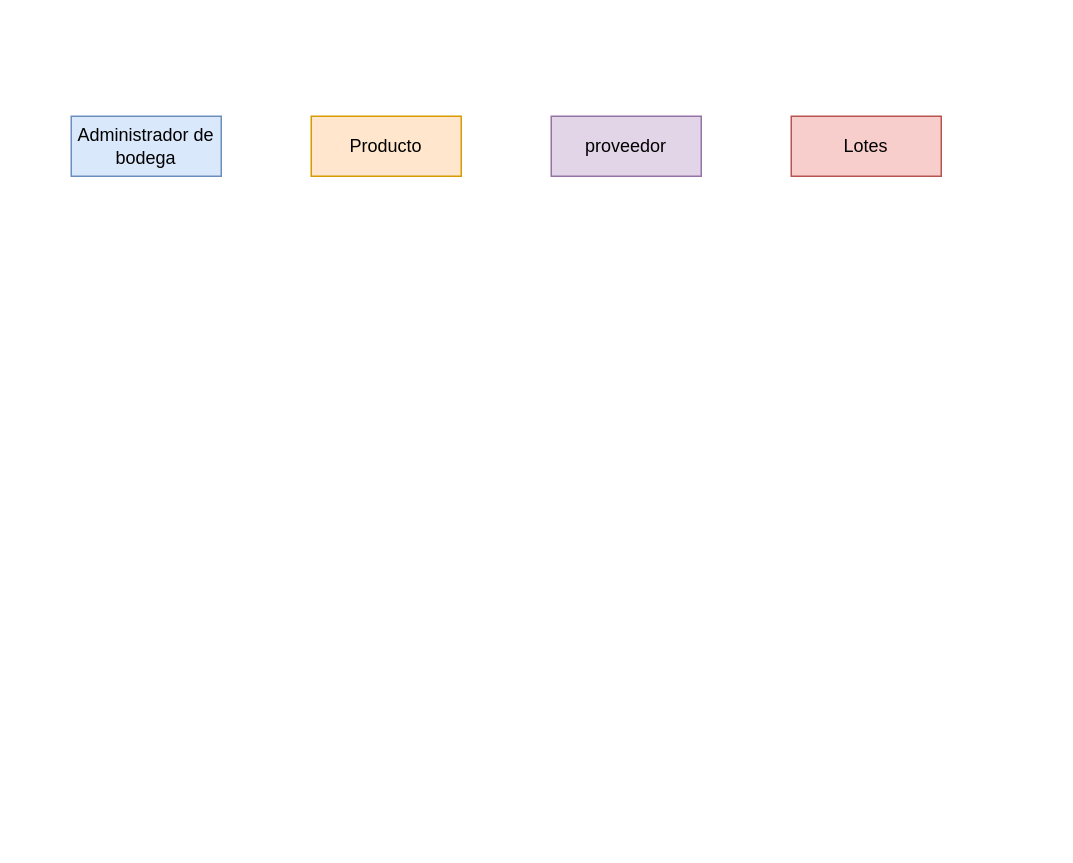
Above: Diagrama sin título.drawio in JotaMont/Evaluacion-2-Front-End (draw.io), before the change. Source tidied: cells renumbered, new cells numbered last; positions are measured from the earlier drawing's top-left corner, leaving out a move shared by most shapes. Both pictures are drawn from the tidied source at 150%, with x=0, y=0 at pixel (70, 116).
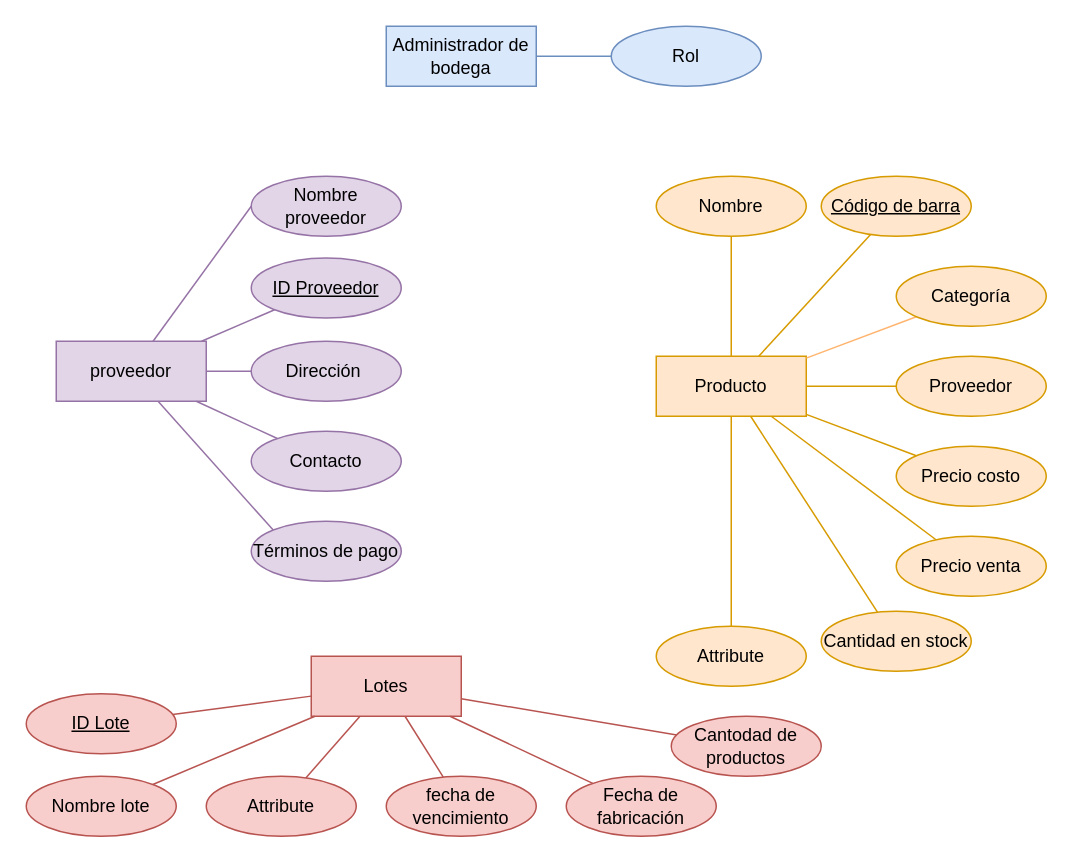
The same diagram, later.

Commit message:
mer avanzado

Diff of the diagram source:
```diff
@@
     <mxCell id="2" value="Administrador de bodega" style="whiteSpace=wrap;html=1;align=center;fillColor=#dae8fc;strokeColor=#6c8ebf;" parent="1" vertex="1">
-      <mxGeometry width="100" height="40" as="geometry" />
+      <mxGeometry x="210" y="-60" width="100" height="40" as="geometry" />
     </mxCell>
     <mxCell id="3" value="proveedor" style="whiteSpace=wrap;html=1;align=center;fillColor=#e1d5e7;strokeColor=#9673a6;" parent="1" vertex="1">
-      <mxGeometry x="320" width="100" height="40" as="geometry" />
+      <mxGeometry x="-10" y="150" width="100" height="40" as="geometry" />
     </mxCell>
     <mxCell id="4" value="Producto" style="whiteSpace=wrap;html=1;align=center;fillColor=#ffe6cc;strokeColor=#d79b00;" parent="1" vertex="1">
-      <mxGeometry x="160" width="100" height="40" as="geometry" />
+      <mxGeometry x="390" y="160" width="100" height="40" as="geometry" />
     </mxCell>
     <mxCell id="5" value="Lotes" style="whiteSpace=wrap;html=1;align=center;fillColor=#f8cecc;strokeColor=#b85450;" parent="1" vertex="1">
-      <mxGeometry x="480" width="100" height="40" as="geometry" />
+      <mxGeometry x="160" y="360" width="100" height="40" as="geometry" />
     </mxCell>
+    <mxCell id="6" style="rounded=0;jettySize=auto;html=1;jumpStyle=line;endArrow=none;endFill=0;fillColor=#dae8fc;strokeColor=#6c8ebf;" parent="1" edge="1" source="7" target="2">
+      <mxGeometry relative="1" as="geometry" />
+    </mxCell>
+    <mxCell id="7" value="Rol" style="ellipse;whiteSpace=wrap;html=1;align=center;fillColor=#dae8fc;strokeColor=#6c8ebf;" parent="1" vertex="1">
+      <mxGeometry x="360" y="-60" width="100" height="40" as="geometry" />
+    </mxCell>
+    <mxCell id="8" style="rounded=0;jettySize=auto;html=1;endArrow=none;endFill=0;strokeColor=#FFB570;" parent="1" edge="1" source="9" target="4">
+      <mxGeometry relative="1" as="geometry" />
+    </mxCell>
+    <mxCell id="9" value="&lt;span style=&quot;text-align: left;&quot;&gt;Categoría&lt;/span&gt;" style="ellipse;whiteSpace=wrap;html=1;align=center;fillColor=#ffe6cc;strokeColor=#d79b00;" parent="1" vertex="1">
+      <mxGeometry x="550" y="100" width="100" height="40" as="geometry" />
+    </mxCell>
+    <mxCell id="10" style="rounded=0;jettySize=auto;html=1;endArrow=none;endFill=0;fillColor=#ffe6cc;strokeColor=#d79b00;" parent="1" edge="1" source="11" target="4">
+      <mxGeometry relative="1" as="geometry" />
+    </mxCell>
+    <mxCell id="11" value="Nombre" style="ellipse;whiteSpace=wrap;html=1;align=center;fillColor=#ffe6cc;strokeColor=#d79b00;" parent="1" vertex="1">
+      <mxGeometry x="390" y="40" width="100" height="40" as="geometry" />
+    </mxCell>
+    <mxCell id="12" style="rounded=0;jettySize=auto;html=1;fillColor=#ffe6cc;strokeColor=#d79b00;endArrow=none;endFill=0;" parent="1" edge="1" source="13" target="4">
+      <mxGeometry relative="1" as="geometry" />
+    </mxCell>
+    <mxCell id="13" value="Código de barra" style="ellipse;whiteSpace=wrap;html=1;align=center;fontStyle=4;fillColor=#ffe6cc;strokeColor=#d79b00;" parent="1" vertex="1">
+      <mxGeometry x="500" y="40" width="100" height="40" as="geometry" />
+    </mxCell>
+    <mxCell id="14" style="rounded=0;jettySize=auto;html=1;endArrow=none;endFill=0;fillColor=#ffe6cc;strokeColor=#d79b00;" parent="1" edge="1" source="15" target="4">
+      <mxGeometry relative="1" as="geometry" />
+    </mxCell>
+    <mxCell id="15" value="Proveedor" style="ellipse;whiteSpace=wrap;html=1;align=center;fillColor=#ffe6cc;strokeColor=#d79b00;" parent="1" vertex="1">
+      <mxGeometry x="550" y="160" width="100" height="40" as="geometry" />
+    </mxCell>
+    <mxCell id="16" style="rounded=0;jettySize=auto;html=1;endArrow=none;endFill=0;fillColor=#ffe6cc;strokeColor=#d79b00;" parent="1" edge="1" source="17" target="4">
+      <mxGeometry relative="1" as="geometry" />
+    </mxCell>
+    <mxCell id="17" value="Precio costo" style="ellipse;whiteSpace=wrap;html=1;align=center;fillColor=#ffe6cc;strokeColor=#d79b00;" parent="1" vertex="1">
+      <mxGeometry x="550" y="220" width="100" height="40" as="geometry" />
+    </mxCell>
+    <mxCell id="18" style="rounded=0;jettySize=auto;html=1;endArrow=none;endFill=0;fillColor=#ffe6cc;strokeColor=#d79b00;" parent="1" edge="1" source="19" target="4">
+      <mxGeometry relative="1" as="geometry" />
+    </mxCell>
+    <mxCell id="19" value="Precio venta" style="ellipse;whiteSpace=wrap;html=1;align=center;fillColor=#ffe6cc;strokeColor=#d79b00;" parent="1" vertex="1">
+      <mxGeometry x="550" y="280" width="100" height="40" as="geometry" />
+    </mxCell>
+    <mxCell id="20" style="rounded=0;jettySize=auto;html=1;fillColor=#ffe6cc;strokeColor=#d79b00;endArrow=none;endFill=0;" parent="1" edge="1" source="21" target="4">
+      <mxGeometry relative="1" as="geometry" />
+    </mxCell>
+    <mxCell id="21" value="Cantidad en stock" style="ellipse;whiteSpace=wrap;html=1;align=center;fillColor=#ffe6cc;strokeColor=#d79b00;" parent="1" vertex="1">
+      <mxGeometry x="500" y="330" width="100" height="40" as="geometry" />
+    </mxCell>
+    <mxCell id="22" style="rounded=0;jettySize=auto;html=1;fillColor=#ffe6cc;strokeColor=#d79b00;endArrow=none;endFill=0;" parent="1" edge="1" source="23" target="4">
+      <mxGeometry relative="1" as="geometry" />
+    </mxCell>
+    <mxCell id="23" value="Attribute" style="ellipse;whiteSpace=wrap;html=1;align=center;fillColor=#ffe6cc;strokeColor=#d79b00;" parent="1" vertex="1">
+      <mxGeometry x="390" y="340" width="100" height="40" as="geometry" />
+    </mxCell>
+    <mxCell id="24" style="rounded=0;jettySize=auto;html=1;fillColor=#e1d5e7;strokeColor=#9673a6;endArrow=none;endFill=0;exitX=0;exitY=0.5;exitDx=0;exitDy=0;" parent="1" edge="1" source="25" target="3">
+      <mxGeometry relative="1" as="geometry" />
+    </mxCell>
+    <mxCell id="25" value="Nombre proveedor" style="ellipse;whiteSpace=wrap;html=1;align=center;fillColor=#e1d5e7;strokeColor=#9673a6;" parent="1" vertex="1">
+      <mxGeometry x="120" y="40" width="100" height="40" as="geometry" />
+    </mxCell>
+    <mxCell id="26" style="rounded=0;jettySize=auto;html=1;fillColor=#e1d5e7;strokeColor=#9673a6;endArrow=none;endFill=0;" parent="1" edge="1" source="27" target="3">
+      <mxGeometry relative="1" as="geometry" />
+    </mxCell>
+    <mxCell id="27" value="ID Proveedor" style="ellipse;whiteSpace=wrap;html=1;align=center;fontStyle=4;fillColor=#e1d5e7;strokeColor=#9673a6;" parent="1" vertex="1">
+      <mxGeometry x="120" y="94.5" width="100" height="40" as="geometry" />
+    </mxCell>
+    <mxCell id="28" style="rounded=0;jettySize=auto;html=1;fillColor=#e1d5e7;strokeColor=#9673a6;endArrow=none;endFill=0;" parent="1" edge="1" source="29" target="3">
+      <mxGeometry relative="1" as="geometry" />
+    </mxCell>
+    <mxCell id="29" value="Dirección&amp;nbsp;" style="ellipse;whiteSpace=wrap;html=1;align=center;fillColor=#e1d5e7;strokeColor=#9673a6;" parent="1" vertex="1">
+      <mxGeometry x="120" y="150" width="100" height="40" as="geometry" />
+    </mxCell>
+    <mxCell id="30" style="rounded=0;jettySize=auto;html=1;endArrow=none;endFill=0;fillColor=#e1d5e7;strokeColor=#9673a6;" parent="1" edge="1" source="31" target="3">
+      <mxGeometry relative="1" as="geometry" />
+    </mxCell>
+    <mxCell id="31" value="Contacto" style="ellipse;whiteSpace=wrap;html=1;align=center;fillColor=#e1d5e7;strokeColor=#9673a6;" parent="1" vertex="1">
+      <mxGeometry x="120" y="210" width="100" height="40" as="geometry" />
+    </mxCell>
+    <mxCell id="32" style="rounded=0;jettySize=auto;html=1;fillColor=#e1d5e7;strokeColor=#9673a6;endArrow=none;endFill=0;exitX=0;exitY=0;exitDx=0;exitDy=0;" parent="1" edge="1" source="33" target="3">
+      <mxGeometry relative="1" as="geometry" />
+    </mxCell>
+    <mxCell id="33" value="Términos de pago" style="ellipse;whiteSpace=wrap;html=1;align=center;fillColor=#e1d5e7;strokeColor=#9673a6;" parent="1" vertex="1">
+      <mxGeometry x="120" y="270" width="100" height="40" as="geometry" />
+    </mxCell>
+    <mxCell id="34" style="rounded=0;jettySize=auto;html=1;endArrow=none;endFill=0;fillColor=#f8cecc;strokeColor=#b85450;" parent="1" edge="1" source="35" target="5">
+      <mxGeometry relative="1" as="geometry" />
+    </mxCell>
+    <mxCell id="35" value="ID Lote" style="ellipse;whiteSpace=wrap;html=1;align=center;fontStyle=4;fillColor=#f8cecc;strokeColor=#b85450;" parent="1" vertex="1">
+      <mxGeometry x="-30" y="385" width="100" height="40" as="geometry" />
+    </mxCell>
+    <mxCell id="36" style="rounded=0;jettySize=auto;html=1;fillColor=#f8cecc;strokeColor=#b85450;endArrow=none;endFill=0;" parent="1" edge="1" source="37" target="5">
+      <mxGeometry relative="1" as="geometry" />
+    </mxCell>
+    <mxCell id="37" value="Nombre lote" style="ellipse;whiteSpace=wrap;html=1;align=center;fillColor=#f8cecc;strokeColor=#b85450;" parent="1" vertex="1">
+      <mxGeometry x="-30" y="440" width="100" height="40" as="geometry" />
+    </mxCell>
+    <mxCell id="38" style="rounded=0;jettySize=auto;html=1;fillColor=#f8cecc;strokeColor=#b85450;endArrow=none;endFill=0;" parent="1" edge="1" source="39" target="5">
+      <mxGeometry relative="1" as="geometry" />
+    </mxCell>
+    <mxCell id="39" value="Cantodad de productos" style="ellipse;whiteSpace=wrap;html=1;align=center;fillColor=#f8cecc;strokeColor=#b85450;" parent="1" vertex="1">
+      <mxGeometry x="400" y="400" width="100" height="40" as="geometry" />
+    </mxCell>
+    <mxCell id="40" style="rounded=0;jettySize=auto;html=1;fillColor=#f8cecc;strokeColor=#b85450;endArrow=none;endFill=0;" parent="1" edge="1" source="41" target="5">
+      <mxGeometry relative="1" as="geometry" />
+    </mxCell>
+    <mxCell id="41" value="Fecha de fabricación" style="ellipse;whiteSpace=wrap;html=1;align=center;fillColor=#f8cecc;strokeColor=#b85450;" parent="1" vertex="1">
+      <mxGeometry x="330" y="440" width="100" height="40" as="geometry" />
+    </mxCell>
+    <mxCell id="42" style="rounded=0;jettySize=auto;html=1;fillColor=#f8cecc;strokeColor=#b85450;endArrow=none;endFill=0;" parent="1" edge="1" source="43" target="5">
+      <mxGeometry relative="1" as="geometry" />
+    </mxCell>
+    <mxCell id="43" value="fecha de vencimiento" style="ellipse;whiteSpace=wrap;html=1;align=center;fillColor=#f8cecc;strokeColor=#b85450;" parent="1" vertex="1">
+      <mxGeometry x="210" y="440" width="100" height="40" as="geometry" />
+    </mxCell>
+    <mxCell id="44" style="rounded=0;jettySize=auto;html=1;fillColor=#f8cecc;strokeColor=#b85450;endArrow=none;endFill=0;" parent="1" edge="1" source="45" target="5">
+      <mxGeometry relative="1" as="geometry" />
+    </mxCell>
+    <mxCell id="45" value="Attribute" style="ellipse;whiteSpace=wrap;html=1;align=center;fillColor=#f8cecc;strokeColor=#b85450;" parent="1" vertex="1">
+      <mxGeometry x="90" y="440" width="100" height="40" as="geometry" />
+    </mxCell>
```
